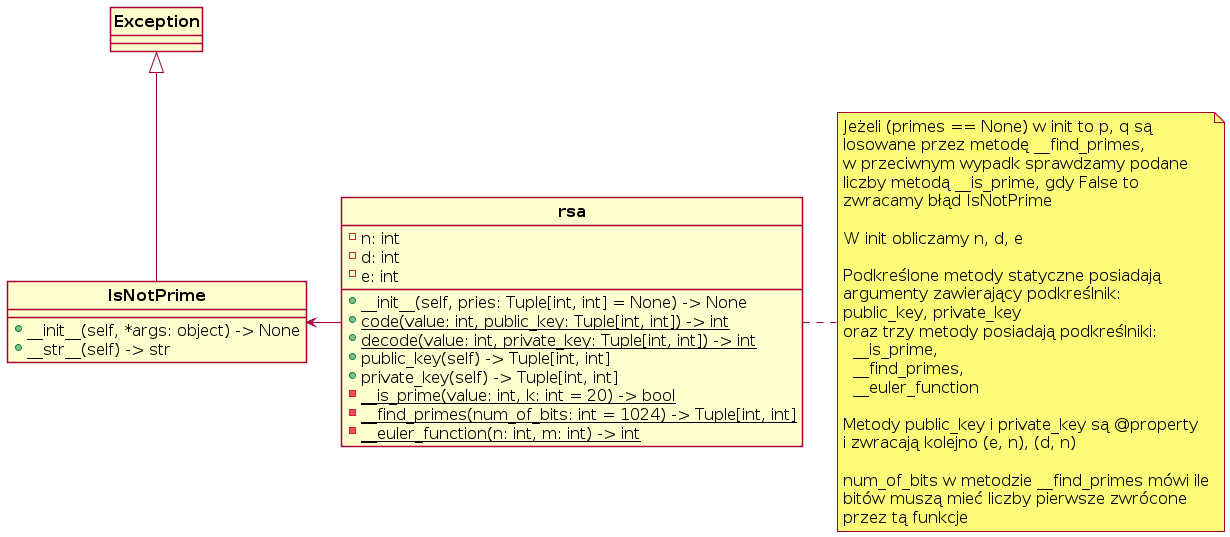
This is rsa.png from pakosiek/EKO-OKNA, a PlantUML export, as it was before one commit. Source of this version:
```plantuml
@startuml MD_clsses
skinparam style strictuml
skinparam DefaultFontName Arial
skinparam DefaultFontSize 16

class "<b>Exception</b>" as Exception {}

class "<b>IsNotPrime</b>" as IsNotPrime {
    {method} + __init__(self, *args: object) -> None
    {method} + __str__(self) -> str
}

class "<b>rsa</b>" as rsa {
    {field} - n: int
    {field} - d: int
    {field} - e: int
    {method} + __init__(self, pries: Tuple[int, int] = None) -> None
    {static} + code(value: int, public_key: Tuple[int, int]) -> int
    {static} + decode(value: int, private_key: Tuple[int, int]) -> int
    {method} + public_key(self) -> Tuple[int, int]
    {method} + private_key(self) -> Tuple[int, int]
    {static} - __is_prime(value: int, k: int = 20) -> bool
    {static} - __find_primes(num_of_bits: int = 1024) -> Tuple[int, int]
    {static} - __euler_function(n: int, m: int) -> int
}

note right of rsa
    Jeżeli (primes == None) w init to p, q są
    losowane przez metodę __find_primes,
    w przeciwnym wypadk sprawdzamy podane
    liczby metodą __is_prime, gdy False to
    zwracamy błąd IsNotPrime

    W init obliczamy n, d, e

    Podkreślone metody statyczne posiadają
    argumenty zawierający podkreślnik:
    public_key, private_key
    oraz trzy metody posiadają podkreślniki:
      __is_prime,
      __find_primes,
      __euler_function

    Metody public_key i private_key są @property
    i zwracają kolejno (e, n), (d, n)

    num_of_bits w metodzie __find_primes mówi ile
    bitów muszą mieć liczby pierwsze zwrócone
    przez tą funkcje
end note

Exception <|-- IsNotPrime
IsNotPrime <- rsa

@enduml
```
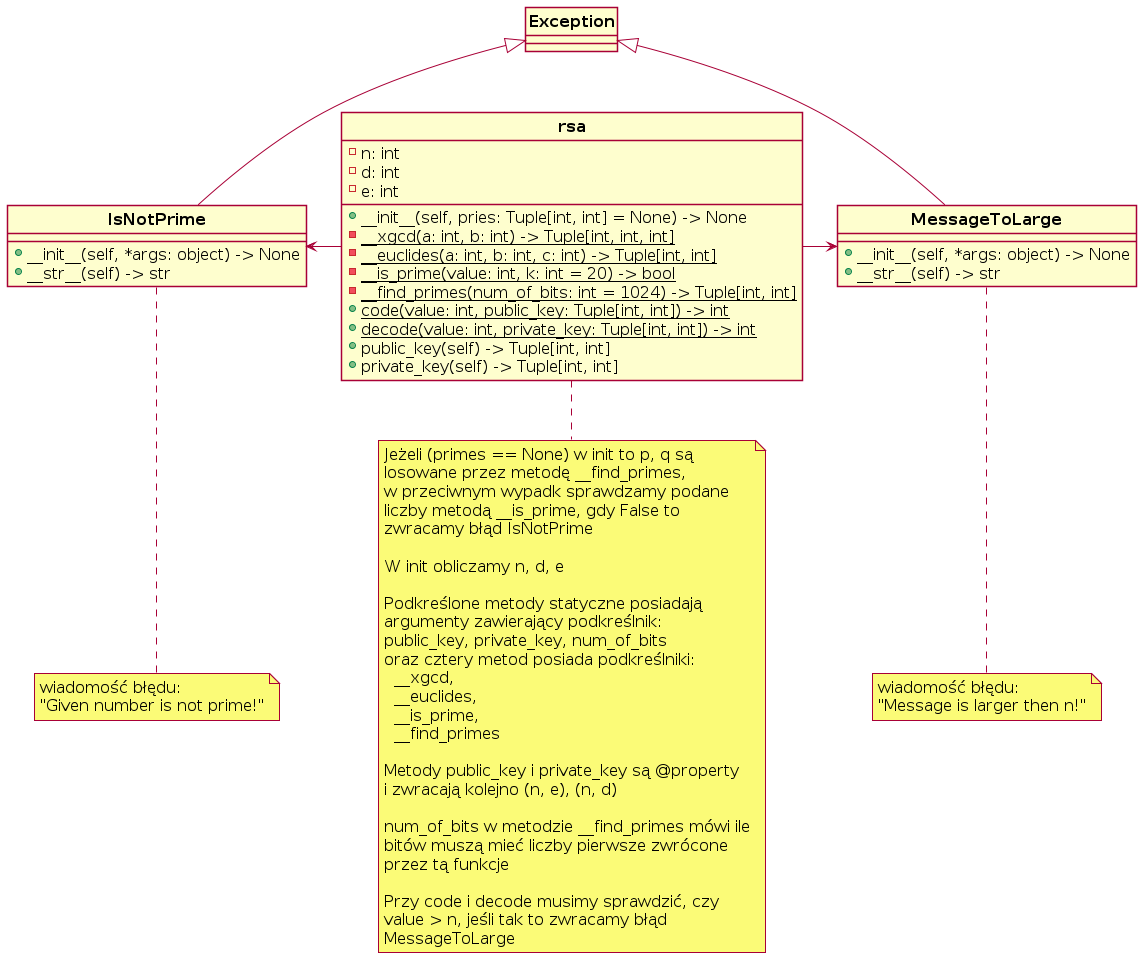
Later version of the same file.

Commit message:
poprawiony diagram rsa

Change to the diagram source:
```diff
@@ -10,21 +10,37 @@
     {method} + __str__(self) -> str
 }
 
+class "<b>MessageToLarge</b>" as MessageToLarge {
+    {method} + __init__(self, *args: object) -> None
+    {method} + __str__(self) -> str
+}
+
 class "<b>rsa</b>" as rsa {
     {field} - n: int
     {field} - d: int
     {field} - e: int
     {method} + __init__(self, pries: Tuple[int, int] = None) -> None
+    {static} - __xgcd(a: int, b: int) -> Tuple[int, int, int]
+    {static} - __euclides(a: int, b: int, c: int) -> Tuple[int, int]
+    {static} - __is_prime(value: int, k: int = 20) -> bool
+    {static} - __find_primes(num_of_bits: int = 1024) -> Tuple[int, int]
     {static} + code(value: int, public_key: Tuple[int, int]) -> int
     {static} + decode(value: int, private_key: Tuple[int, int]) -> int
     {method} + public_key(self) -> Tuple[int, int]
     {method} + private_key(self) -> Tuple[int, int]
-    {static} - __is_prime(value: int, k: int = 20) -> bool
-    {static} - __find_primes(num_of_bits: int = 1024) -> Tuple[int, int]
-    {static} - __euler_function(n: int, m: int) -> int
 }
 
-note right of rsa
+note bottom of IsNotPrime
+    wiadomość błędu:
+    "Given number is not prime!"
+end note
+
+note bottom of MessageToLarge
+    wiadomość błędu:
+    "Message is larger then n!"
+end note
+
+note bottom of rsa
     Jeżeli (primes == None) w init to p, q są
     losowane przez metodę __find_primes,
     w przeciwnym wypadk sprawdzamy podane
@@ -35,21 +51,30 @@
 
     Podkreślone metody statyczne posiadają
     argumenty zawierający podkreślnik:
-    public_key, private_key
-    oraz trzy metody posiadają podkreślniki:
+    public_key, private_key, num_of_bits
+    oraz cztery metod posiada podkreślniki:
+      __xgcd,
+      __euclides,
       __is_prime,
-      __find_primes,
-      __euler_function
+      __find_primes
 
     Metody public_key i private_key są @property
-    i zwracają kolejno (e, n), (d, n)
+    i zwracają kolejno (n, e), (n, d)
 
     num_of_bits w metodzie __find_primes mówi ile
     bitów muszą mieć liczby pierwsze zwrócone
     przez tą funkcje
+
+    Przy code i decode musimy sprawdzić, czy
+    value > n, jeśli tak to zwracamy błąd
+    MessageToLarge
 end note
 
-Exception <|-- IsNotPrime
-IsNotPrime <- rsa
+Exception <|--down IsNotPrime
+Exception <|--down MessageToLarge
+IsNotPrime <-down rsa
+MessageToLarge <-up rsa
+
+
 
 @enduml
```
